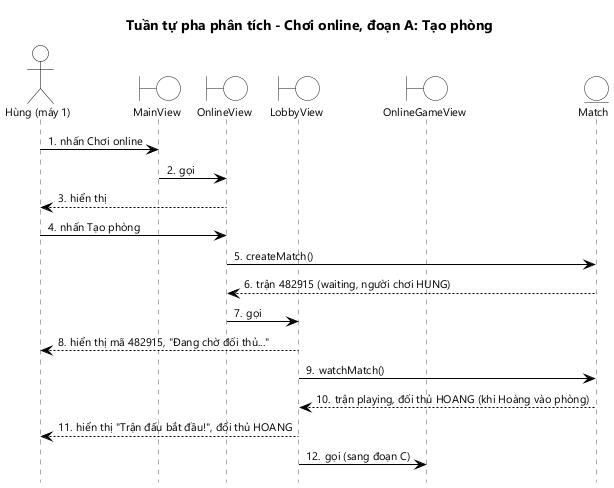
The PlantUML diagram docs/hung/tuan-tu-phan-tich-uc05a.png in HungNguyenBa1811/math-dash, before a commit.
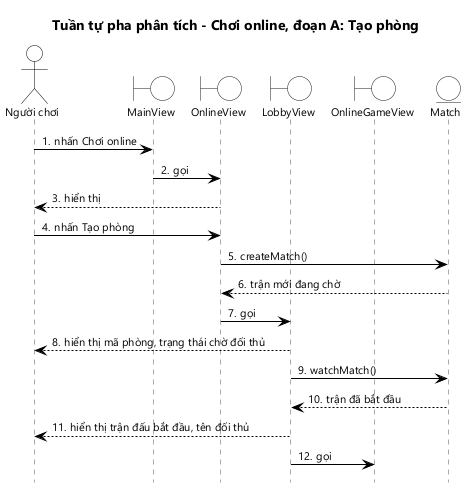
The same diagram one commit later.

Change to the diagram source:
```diff
@@ -2,7 +2,7 @@
 !include _seq.iuml
 title Tuần tự pha phân tích - Chơi online, đoạn A: Tạo phòng
 
-actor "Hùng (máy 1)" as U
+actor "Người chơi" as U
 boundary MainView as MV
 boundary OnlineView as OV
 boundary LobbyView as LV
@@ -14,11 +14,11 @@
 OV --> U : hiển thị
 U -> OV : nhấn Tạo phòng
 OV -> M : createMatch()
-M --> OV : trận 482915 (waiting, người chơi HUNG)
+M --> OV : trận mới đang chờ
 OV -> LV : gọi
-LV --> U : hiển thị mã 482915, "Đang chờ đối thủ..."
+LV --> U : hiển thị mã phòng, trạng thái chờ đối thủ
 LV -> M : watchMatch()
-M --> LV : trận playing, đối thủ HOANG (khi Hoàng vào phòng)
-LV --> U : hiển thị "Trận đấu bắt đầu!", đối thủ HOANG
-LV -> GV : gọi (sang đoạn C)
+M --> LV : trận đã bắt đầu
+LV --> U : hiển thị trận đấu bắt đầu, tên đối thủ
+LV -> GV : gọi
 @enduml
```
